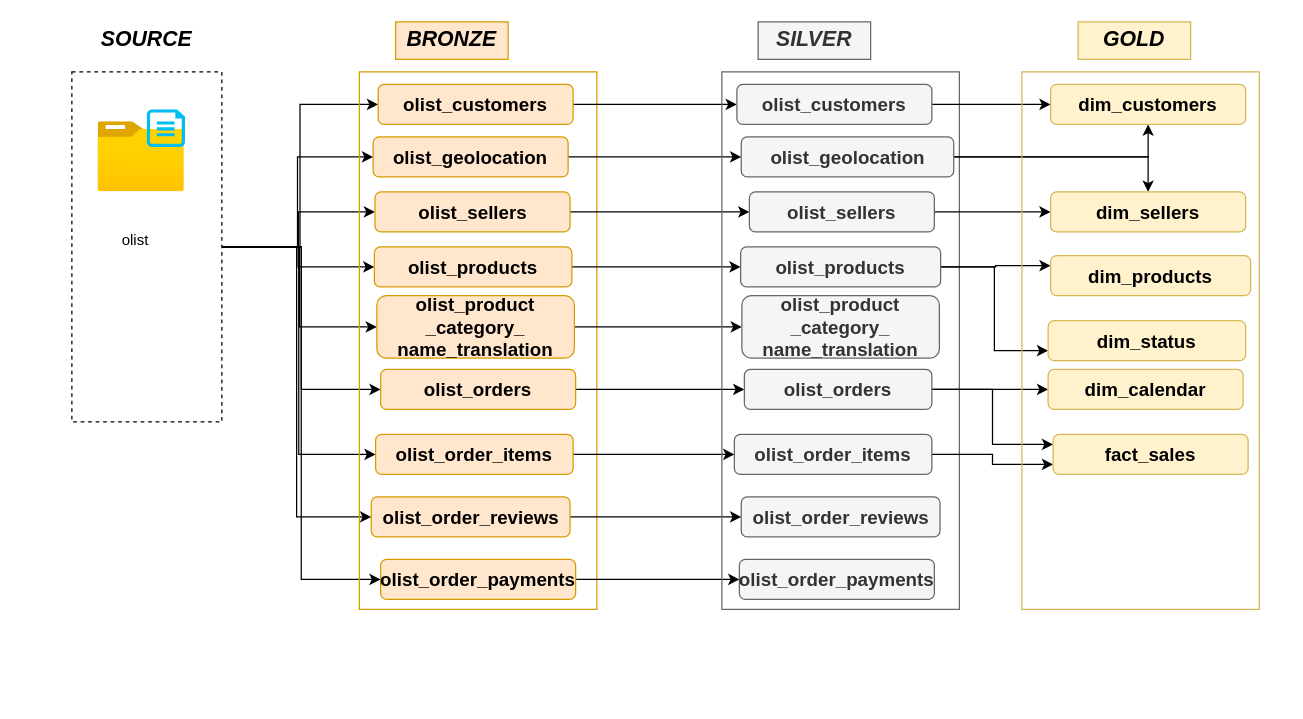
The draw.io diagram Documentacion/drawio/Flujo De Datos_CapaOro.drawio in eme-19-87/DataAnalytics_Devligth, before the edit. Source tidied: cells renumbered, new cells numbered last; positions are measured from the earlier drawing's top-left corner, leaving out a move shared by most shapes. Both pictures are drawn from the tidied source at 125%, with x=0, y=0 at pixel (71, 21).
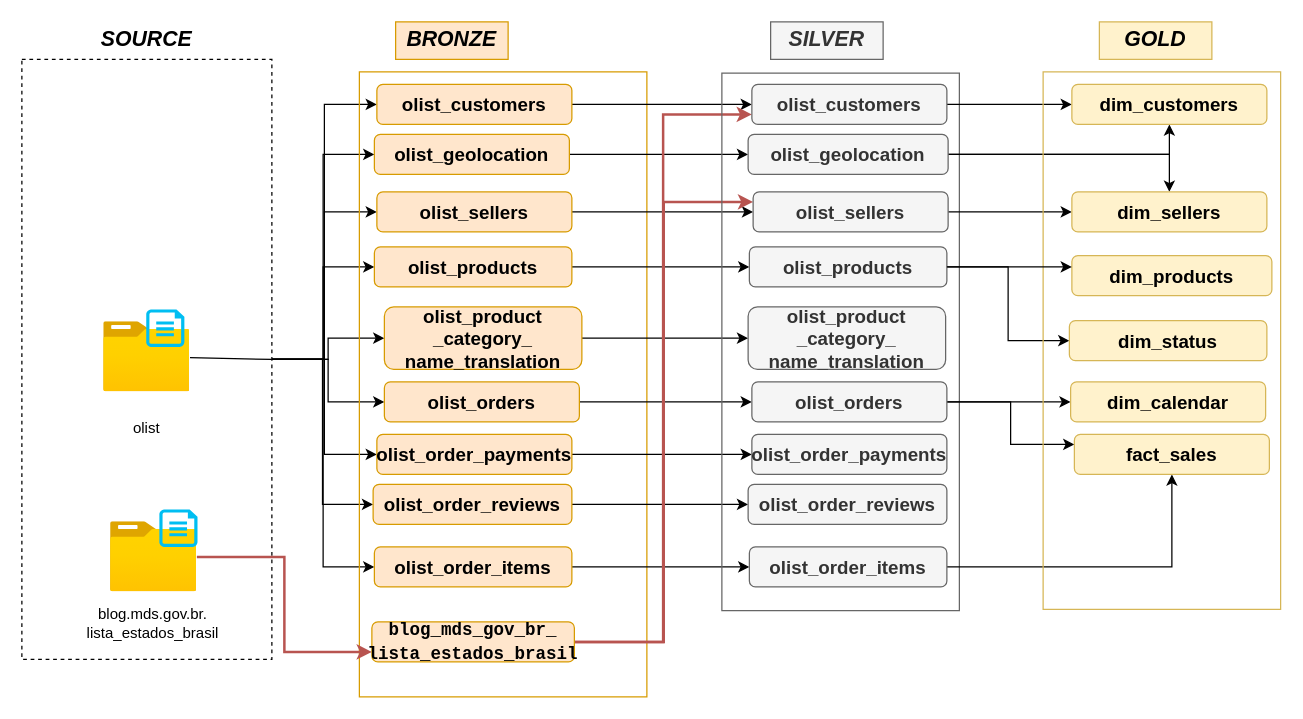
After the change.

Change to the diagram source:
```diff
@@
     <mxCell id="11" style="rounded=0;whiteSpace=wrap;html=1;dashed=1;" parent="1" vertex="1">
-      <mxGeometry y="40" width="120" height="280" as="geometry" />
+      <mxGeometry x="-40" y="30" width="200" height="480" as="geometry" />
     </mxCell>
@@
     <mxCell id="13" style="image;html=1;points=[];align=center;fontSize=12;image=img/lib/azure2/general/Folder_Blank.svg;" parent="1" vertex="1">
-      <mxGeometry x="21" y="80" width="69" height="56" as="geometry" />
+      <mxGeometry x="25.5" y="240" width="69" height="56" as="geometry" />
     </mxCell>
     <mxCell id="14" style="verticalLabelPosition=bottom;html=1;verticalAlign=top;align=center;strokeColor=none;fillColor=#00BEF2;shape=mxgraph.azure.cloud_services_configuration_file;" parent="1" vertex="1">
-      <mxGeometry x="60" y="70" width="30.5" height="30" as="geometry" />
+      <mxGeometry x="59.5" y="230" width="30.5" height="30" as="geometry" />
     </mxCell>
     <mxCell id="15" value="olist" style="text;html=1;whiteSpace=wrap;strokeColor=none;fillColor=none;align=center;verticalAlign=middle;rounded=0;" parent="1" vertex="1">
-      <mxGeometry x="21" y="160" width="60" height="30" as="geometry" />
+      <mxGeometry x="30" y="310" width="60" height="30" as="geometry" />
     </mxCell>
     <mxCell id="16" style="rounded=0;whiteSpace=wrap;html=1;fillColor=none;strokeColor=#d79b00;" parent="1" vertex="1">
-      <mxGeometry x="230" y="40" width="190" height="430" as="geometry" />
+      <mxGeometry x="230" y="40" width="230" height="500" as="geometry" />
     </mxCell>
@@
     <mxCell id="19" value="&lt;font style=&quot;font-size: 15px;&quot;&gt;&lt;b&gt;olist_geolocation&lt;/b&gt;&lt;/font&gt;" style="rounded=1;whiteSpace=wrap;html=1;fillColor=#ffe6cc;strokeColor=#d79b00;" parent="1" vertex="1">
-      <mxGeometry x="241" y="92" width="156" height="32" as="geometry" />
+      <mxGeometry x="242" y="90" width="156" height="32" as="geometry" />
     </mxCell>
@@
     <mxCell id="21" value="&lt;span style=&quot;font-size: 15px;&quot;&gt;&lt;b&gt;olist_customers&lt;/b&gt;&lt;/span&gt;" style="rounded=1;whiteSpace=wrap;html=1;fillColor=#ffe6cc;strokeColor=#d79b00;" parent="1" vertex="1">
-      <mxGeometry x="245" y="50" width="156" height="32" as="geometry" />
+      <mxGeometry x="244" y="50" width="156" height="32" as="geometry" />
     </mxCell>
@@
     <mxCell id="23" value="&lt;span style=&quot;font-size: 15px;&quot;&gt;&lt;b&gt;olist_orders&lt;/b&gt;&lt;/span&gt;" style="rounded=1;whiteSpace=wrap;html=1;fillColor=#ffe6cc;strokeColor=#d79b00;" parent="1" vertex="1">
-      <mxGeometry x="247" y="278" width="156" height="32" as="geometry" />
+      <mxGeometry x="250" y="288" width="156" height="32" as="geometry" />
     </mxCell>
@@
     <mxCell id="27" value="&lt;span style=&quot;font-size: 15px;&quot;&gt;&lt;b&gt;olist_sellers&lt;/b&gt;&lt;/span&gt;" style="rounded=1;whiteSpace=wrap;html=1;fillColor=#ffe6cc;strokeColor=#d79b00;" parent="1" vertex="1">
-      <mxGeometry x="242.5" y="136" width="156" height="32" as="geometry" />
+      <mxGeometry x="244" y="136" width="156" height="32" as="geometry" />
     </mxCell>
@@
     <mxCell id="29" value="&lt;span style=&quot;font-size: 15px;&quot;&gt;&lt;b&gt;olist_product&lt;br&gt;_category_&lt;br&gt;name_translation&lt;/b&gt;&lt;/span&gt;" style="rounded=1;whiteSpace=wrap;html=1;fillColor=#ffe6cc;strokeColor=#d79b00;" parent="1" vertex="1">
-      <mxGeometry x="244" y="219" width="158" height="50" as="geometry" />
+      <mxGeometry x="250" y="228" width="158" height="50" as="geometry" />
     </mxCell>
-    <mxCell id="30" style="edgeStyle=orthogonalEdgeStyle;rounded=0;jettySize=auto;html=1;entryX=0;entryY=0.5;entryDx=0;entryDy=0;" parent="1" edge="1" source="31" target="52">
+    <mxCell id="30" style="edgeStyle=orthogonalEdgeStyle;rounded=0;jettySize=auto;html=1;" parent="1" edge="1" source="31" target="52">
       <mxGeometry relative="1" as="geometry" />
     </mxCell>
     <mxCell id="31" value="&lt;span style=&quot;font-size: 15px;&quot;&gt;&lt;b&gt;olist_order_payments&lt;/b&gt;&lt;/span&gt;" style="rounded=1;whiteSpace=wrap;html=1;fillColor=#ffe6cc;strokeColor=#d79b00;" parent="1" vertex="1">
-      <mxGeometry x="247" y="430" width="156" height="32" as="geometry" />
+      <mxGeometry x="244" y="330" width="156" height="32" as="geometry" />
     </mxCell>
-    <mxCell id="32" style="edgeStyle=orthogonalEdgeStyle;rounded=0;jettySize=auto;html=1;" parent="1" edge="1" source="33" target="53">
+    <mxCell id="32" style="edgeStyle=orthogonalEdgeStyle;rounded=0;jettySize=auto;html=1;entryX=0;entryY=0.5;entryDx=0;entryDy=0;" parent="1" edge="1" source="33" target="53">
       <mxGeometry relative="1" as="geometry" />
     </mxCell>
     <mxCell id="33" value="&lt;span style=&quot;font-size: 15px;&quot;&gt;&lt;b&gt;olist_order_reviews&lt;/b&gt;&lt;/span&gt;" style="rounded=1;whiteSpace=wrap;html=1;fillColor=#ffe6cc;strokeColor=#d79b00;" parent="1" vertex="1">
-      <mxGeometry x="239.5" y="380" width="159" height="32" as="geometry" />
+      <mxGeometry x="241" y="370" width="159" height="32" as="geometry" />
     </mxCell>
-    <mxCell id="34" style="edgeStyle=orthogonalEdgeStyle;rounded=0;jettySize=auto;html=1;entryX=0;entryY=0.5;entryDx=0;entryDy=0;" parent="1" edge="1" source="35" target="55">
+    <mxCell id="34" style="edgeStyle=orthogonalEdgeStyle;rounded=0;jettySize=auto;html=1;" parent="1" edge="1" source="35" target="55">
       <mxGeometry relative="1" as="geometry" />
     </mxCell>
     <mxCell id="35" value="&lt;span style=&quot;font-size: 15px;&quot;&gt;&lt;b&gt;olist_order_items&lt;/b&gt;&lt;/span&gt;" style="rounded=1;whiteSpace=wrap;html=1;fillColor=#ffe6cc;strokeColor=#d79b00;" parent="1" vertex="1">
-      <mxGeometry x="243" y="330" width="158" height="32" as="geometry" />
+      <mxGeometry x="242" y="420" width="158" height="32" as="geometry" />
     </mxCell>
-    <mxCell id="36" style="rounded=0;whiteSpace=wrap;html=1;fillColor=none;strokeColor=#666666;fontColor=#333333;" parent="1" vertex="1">
-      <mxGeometry x="520" y="40" width="190" height="430" as="geometry" />
-    </mxCell>
+    <mxCell id="64" style="edgeStyle=orthogonalEdgeStyle;rounded=0;jettySize=auto;html=1;entryX=0;entryY=0.75;entryDx=0;entryDy=0;fillColor=#f8cecc;strokeColor=#b85450;strokeWidth=2;" parent="1" edge="1" source="65" target="70">
+      <mxGeometry relative="1" as="geometry" />
+    </mxCell>
+    <mxCell id="65" style="image;html=1;points=[];align=center;fontSize=12;image=img/lib/azure2/general/Folder_Blank.svg;" parent="1" vertex="1">
+      <mxGeometry x="31" y="400" width="69" height="56" as="geometry" />
+    </mxCell>
+    <mxCell id="66" style="verticalLabelPosition=bottom;html=1;verticalAlign=top;align=center;strokeColor=none;fillColor=#00BEF2;shape=mxgraph.azure.cloud_services_configuration_file;" parent="1" vertex="1">
+      <mxGeometry x="70" y="390" width="30.5" height="30" as="geometry" />
+    </mxCell>
+    <mxCell id="67" value="blog.mds.gov.br.&lt;br&gt;lista_estados_brasil" style="text;html=1;whiteSpace=wrap;strokeColor=none;fillColor=none;align=center;verticalAlign=middle;rounded=0;" parent="1" vertex="1">
+      <mxGeometry x="-20" y="466" width="170" height="30" as="geometry" />
+    </mxCell>
+    <mxCell id="68" style="edgeStyle=orthogonalEdgeStyle;rounded=0;jettySize=auto;html=1;entryX=0;entryY=0.75;entryDx=0;entryDy=0;strokeWidth=2;fillColor=#f8cecc;strokeColor=#b85450;" parent="1" edge="1" source="70" target="42">
+      <mxGeometry relative="1" as="geometry" />
+    </mxCell>
+    <mxCell id="69" style="edgeStyle=orthogonalEdgeStyle;rounded=0;jettySize=auto;html=1;entryX=0;entryY=0.25;entryDx=0;entryDy=0;fillColor=#f8cecc;strokeColor=#b85450;strokeWidth=2;" parent="1" edge="1" source="70" target="50">
+      <mxGeometry relative="1" as="geometry" />
+    </mxCell>
+    <mxCell id="70" value="&lt;div style=&quot;font-family: Consolas, &amp;quot;Courier New&amp;quot;, monospace; font-size: 14px; line-height: 19px; white-space: pre;&quot;&gt;&lt;font style=&quot;color: rgb(0, 0, 0);&quot;&gt;&lt;b style=&quot;&quot;&gt;blog_mds_gov_br_&lt;br&gt;lista_estados_brasil&lt;/b&gt;&lt;/font&gt;&lt;/div&gt;" style="rounded=1;whiteSpace=wrap;html=1;fillColor=#ffe6cc;strokeColor=#d79b00;" parent="1" vertex="1">
+      <mxGeometry x="240" y="480" width="162" height="32" as="geometry" />
+    </mxCell>
+    <mxCell id="71" style="endArrow=none;html=1;rounded=0;exitX=1;exitY=0.5;exitDx=0;exitDy=0;" parent="1" edge="1" source="11" target="13">
+      <mxGeometry relative="1" as="geometry" />
+    </mxCell>
+    <mxCell id="72" style="rounded=0;whiteSpace=wrap;html=1;fillColor=none;strokeColor=#666666;fontColor=#333333;" parent="1" vertex="1">
+      <mxGeometry x="520" y="41" width="190" height="430" as="geometry" />
+    </mxCell>
     <mxCell id="37" value="&lt;font style=&quot;font-size: 17px;&quot;&gt;&lt;b&gt;&lt;i&gt;SILVER&lt;/i&gt;&lt;/b&gt;&lt;/font&gt;" style="text;html=1;whiteSpace=wrap;strokeColor=#666666;fillColor=#f5f5f5;align=center;verticalAlign=middle;rounded=0;fontColor=#333333;" parent="1" vertex="1">
-      <mxGeometry x="549" width="90" height="30" as="geometry" />
+      <mxGeometry x="559" width="90" height="30" as="geometry" />
     </mxCell>
@@
     <mxCell id="40" value="&lt;font style=&quot;font-size: 15px;&quot;&gt;&lt;b&gt;olist_geolocation&lt;/b&gt;&lt;/font&gt;" style="rounded=1;whiteSpace=wrap;html=1;fillColor=#f5f5f5;strokeColor=#666666;fontColor=#333333;" parent="1" vertex="1">
-      <mxGeometry x="535.5" y="92" width="170" height="32" as="geometry" />
+      <mxGeometry x="541" y="90" width="160" height="32" as="geometry" />
     </mxCell>
-    <mxCell id="41" style="edgeStyle=orthogonalEdgeStyle;rounded=0;jettySize=auto;html=1;entryX=0;entryY=0.5;entryDx=0;entryDy=0;" parent="1" edge="1" source="42" target="58">
+    <mxCell id="41" style="edgeStyle=orthogonalEdgeStyle;rounded=0;jettySize=auto;html=1;" parent="1" edge="1" source="42" target="58">
       <mxGeometry relative="1" as="geometry" />
     </mxCell>
     <mxCell id="42" value="&lt;span style=&quot;font-size: 15px;&quot;&gt;&lt;b&gt;olist_customers&lt;/b&gt;&lt;/span&gt;" style="rounded=1;whiteSpace=wrap;html=1;fillColor=#f5f5f5;strokeColor=#666666;fontColor=#333333;" parent="1" vertex="1">
-      <mxGeometry x="532" y="50" width="156" height="32" as="geometry" />
+      <mxGeometry x="544" y="50" width="156" height="32" as="geometry" />
     </mxCell>
-    <mxCell id="43" style="edgeStyle=orthogonalEdgeStyle;rounded=0;jettySize=auto;html=1;entryX=0;entryY=0.5;entryDx=0;entryDy=0;" parent="1" edge="1" source="45" target="59">
+    <mxCell id="43" style="edgeStyle=orthogonalEdgeStyle;rounded=0;jettySize=auto;html=1;" parent="1" edge="1" source="45" target="59">
       <mxGeometry relative="1" as="geometry" />
     </mxCell>
@@
     <mxCell id="45" value="&lt;span style=&quot;font-size: 15px;&quot;&gt;&lt;b&gt;olist_orders&lt;/b&gt;&lt;/span&gt;" style="rounded=1;whiteSpace=wrap;html=1;fillColor=#f5f5f5;strokeColor=#666666;fontColor=#333333;" parent="1" vertex="1">
-      <mxGeometry x="538" y="278" width="150" height="32" as="geometry" />
+      <mxGeometry x="544" y="288" width="156" height="32" as="geometry" />
     </mxCell>
-    <mxCell id="46" style="edgeStyle=orthogonalEdgeStyle;rounded=0;jettySize=auto;html=1;entryX=0;entryY=0.75;entryDx=0;entryDy=0;" parent="1" edge="1" source="48" target="60">
+    <mxCell id="46" style="edgeStyle=orthogonalEdgeStyle;rounded=0;jettySize=auto;html=1;entryX=0;entryY=0.5;entryDx=0;entryDy=0;" parent="1" edge="1" source="48" target="60">
       <mxGeometry relative="1" as="geometry" />
     </mxCell>
-    <mxCell id="47" style="edgeStyle=orthogonalEdgeStyle;rounded=0;jettySize=auto;html=1;entryX=0;entryY=0.25;entryDx=0;entryDy=0;" parent="1" edge="1" source="48" target="57">
-      <mxGeometry relative="1" as="geometry" />
-    </mxCell>
     <mxCell id="48" value="&lt;span style=&quot;font-size: 15px;&quot;&gt;&lt;b&gt;olist_products&lt;/b&gt;&lt;/span&gt;" style="rounded=1;whiteSpace=wrap;html=1;fillColor=#f5f5f5;strokeColor=#666666;fontColor=#333333;" parent="1" vertex="1">
-      <mxGeometry x="535" y="180" width="160" height="32" as="geometry" />
+      <mxGeometry x="542" y="180" width="158" height="32" as="geometry" />
     </mxCell>
-    <mxCell id="49" style="edgeStyle=orthogonalEdgeStyle;rounded=0;jettySize=auto;html=1;entryX=0;entryY=0.5;entryDx=0;entryDy=0;" parent="1" edge="1" source="50" target="61">
+    <mxCell id="49" style="edgeStyle=orthogonalEdgeStyle;rounded=0;jettySize=auto;html=1;" parent="1" edge="1" source="50" target="61">
       <mxGeometry relative="1" as="geometry" />
     </mxCell>
     <mxCell id="50" value="&lt;span style=&quot;font-size: 15px;&quot;&gt;&lt;b&gt;olist_sellers&lt;/b&gt;&lt;/span&gt;" style="rounded=1;whiteSpace=wrap;html=1;fillColor=#f5f5f5;strokeColor=#666666;fontColor=#333333;" parent="1" vertex="1">
-      <mxGeometry x="542" y="136" width="148" height="32" as="geometry" />
+      <mxGeometry x="545" y="136" width="156" height="32" as="geometry" />
     </mxCell>
     <mxCell id="51" value="&lt;span style=&quot;font-size: 15px;&quot;&gt;&lt;b&gt;olist_product&lt;br&gt;_category_&lt;br&gt;name_translation&lt;/b&gt;&lt;/span&gt;" style="rounded=1;whiteSpace=wrap;html=1;fillColor=#f5f5f5;strokeColor=#666666;fontColor=#333333;" parent="1" vertex="1">
-      <mxGeometry x="536" y="219" width="158" height="50" as="geometry" />
+      <mxGeometry x="541" y="228" width="158" height="50" as="geometry" />
     </mxCell>
     <mxCell id="52" value="&lt;span style=&quot;font-size: 15px;&quot;&gt;&lt;b&gt;olist_order_payments&lt;/b&gt;&lt;/span&gt;" style="rounded=1;whiteSpace=wrap;html=1;fillColor=#f5f5f5;strokeColor=#666666;fontColor=#333333;" parent="1" vertex="1">
-      <mxGeometry x="534" y="430" width="156" height="32" as="geometry" />
+      <mxGeometry x="544" y="330" width="156" height="32" as="geometry" />
     </mxCell>
     <mxCell id="53" value="&lt;span style=&quot;font-size: 15px;&quot;&gt;&lt;b&gt;olist_order_reviews&lt;/b&gt;&lt;/span&gt;" style="rounded=1;whiteSpace=wrap;html=1;fillColor=#f5f5f5;strokeColor=#666666;fontColor=#333333;" parent="1" vertex="1">
-      <mxGeometry x="535.5" y="380" width="159" height="32" as="geometry" />
+      <mxGeometry x="541" y="370" width="159" height="32" as="geometry" />
     </mxCell>
-    <mxCell id="54" style="edgeStyle=orthogonalEdgeStyle;rounded=0;jettySize=auto;html=1;entryX=0;entryY=0.75;entryDx=0;entryDy=0;" parent="1" edge="1" source="55" target="63">
+    <mxCell id="54" style="edgeStyle=orthogonalEdgeStyle;rounded=0;jettySize=auto;html=1;" parent="1" edge="1" source="55" target="63">
       <mxGeometry relative="1" as="geometry" />
     </mxCell>
     <mxCell id="55" value="&lt;span style=&quot;font-size: 15px;&quot;&gt;&lt;b&gt;olist_order_items&lt;/b&gt;&lt;/span&gt;" style="rounded=1;whiteSpace=wrap;html=1;fillColor=#f5f5f5;strokeColor=#666666;fontColor=#333333;" parent="1" vertex="1">
-      <mxGeometry x="530" y="330" width="158" height="32" as="geometry" />
+      <mxGeometry x="542" y="420" width="158" height="32" as="geometry" />
     </mxCell>
-    <mxCell id="56" style="rounded=0;whiteSpace=wrap;html=1;fillColor=none;strokeColor=#d6b656;" parent="1" vertex="1">
-      <mxGeometry x="760" y="40" width="190" height="430" as="geometry" />
-    </mxCell>
+    <mxCell id="73" style="rounded=0;whiteSpace=wrap;html=1;fillColor=none;strokeColor=#d6b656;" parent="1" vertex="1">
+      <mxGeometry x="777" y="40" width="190" height="430" as="geometry" />
+    </mxCell>
     <mxCell id="57" value="&lt;font style=&quot;font-size: 15px;&quot;&gt;&lt;b&gt;dim_products&lt;/b&gt;&lt;/font&gt;" style="rounded=1;whiteSpace=wrap;html=1;fillColor=#fff2cc;strokeColor=#d6b656;" parent="1" vertex="1">
-      <mxGeometry x="783" y="187" width="160" height="32" as="geometry" />
+      <mxGeometry x="800" y="187" width="160" height="32" as="geometry" />
     </mxCell>
     <mxCell id="58" value="&lt;span style=&quot;font-size: 15px;&quot;&gt;&lt;b&gt;dim_customers&lt;/b&gt;&lt;/span&gt;" style="rounded=1;whiteSpace=wrap;html=1;fillColor=#fff2cc;strokeColor=#d6b656;" parent="1" vertex="1">
-      <mxGeometry x="783" y="50" width="156" height="32" as="geometry" />
+      <mxGeometry x="800" y="50" width="156" height="32" as="geometry" />
     </mxCell>
     <mxCell id="59" value="&lt;span style=&quot;font-size: 15px;&quot;&gt;&lt;b&gt;dim_calendar&lt;/b&gt;&lt;/span&gt;" style="rounded=1;whiteSpace=wrap;html=1;fillColor=#fff2cc;strokeColor=#d6b656;" parent="1" vertex="1">
-      <mxGeometry x="781" y="278" width="156" height="32" as="geometry" />
+      <mxGeometry x="799" y="288" width="156" height="32" as="geometry" />
     </mxCell>
     <mxCell id="60" value="&lt;span style=&quot;font-size: 15px;&quot;&gt;&lt;b&gt;dim_status&lt;/b&gt;&lt;/span&gt;" style="rounded=1;whiteSpace=wrap;html=1;fillColor=#fff2cc;strokeColor=#d6b656;" parent="1" vertex="1">
-      <mxGeometry x="781" y="239" width="158" height="32" as="geometry" />
+      <mxGeometry x="798" y="239" width="158" height="32" as="geometry" />
     </mxCell>
     <mxCell id="61" value="&lt;span style=&quot;font-size: 15px;&quot;&gt;&lt;b&gt;dim_sellers&lt;/b&gt;&lt;/span&gt;" style="rounded=1;whiteSpace=wrap;html=1;fillColor=#fff2cc;strokeColor=#d6b656;" parent="1" vertex="1">
-      <mxGeometry x="783" y="136" width="156" height="32" as="geometry" />
+      <mxGeometry x="800" y="136" width="156" height="32" as="geometry" />
     </mxCell>
     <mxCell id="62" value="&lt;font style=&quot;font-size: 17px;&quot;&gt;&lt;b&gt;&lt;i&gt;GOLD&lt;/i&gt;&lt;/b&gt;&lt;/font&gt;" style="text;html=1;whiteSpace=wrap;strokeColor=#d6b656;fillColor=#fff2cc;align=center;verticalAlign=middle;rounded=0;" parent="1" vertex="1">
-      <mxGeometry x="805" width="90" height="30" as="geometry" />
+      <mxGeometry x="822" width="90" height="30" as="geometry" />
     </mxCell>
     <mxCell id="63" value="&lt;span style=&quot;font-size: 15px;&quot;&gt;&lt;b&gt;fact_sales&lt;/b&gt;&lt;/span&gt;" style="rounded=1;whiteSpace=wrap;html=1;fillColor=#fff2cc;strokeColor=#d6b656;" parent="1" vertex="1">
-      <mxGeometry x="785" y="330" width="156" height="32" as="geometry" />
+      <mxGeometry x="802" y="330" width="156" height="32" as="geometry" />
     </mxCell>
+    <mxCell id="74" style="edgeStyle=orthogonalEdgeStyle;rounded=0;jettySize=auto;html=1;" parent="1" edge="1" source="48">
+      <mxGeometry relative="1" as="geometry">
+        <mxPoint x="800" y="196" as="targetPoint" />
+      </mxGeometry>
+    </mxCell>
```
